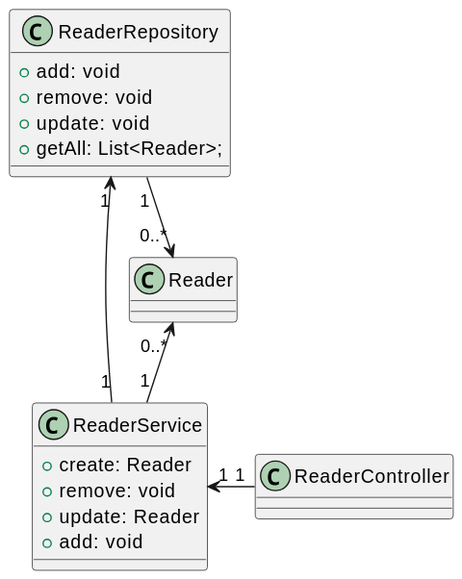
rutemf/1220944_1220772_G01 keeps this PlantUML diagram as Docs/Phase1/WP3A-Readers/WP3A-Readers-CD.svg. Above is the earlier version. The source it was exported from:
```plantuml
@startuml

class ReaderRepository {
    + add: void
    + remove: void
    + update: void
    + getAll: List<Reader>;
}


class ReaderService {
    + create: Reader
    + remove: void
    + update: Reader
    + add: void
}

class ReaderController {
}

class Reader {
}


ReaderService "1" -up-> "1" ReaderRepository
ReaderService "1" -up-> "0..*" Reader
ReaderRepository "1" -down-> "0..*" Reader
ReaderController "1" -left-> "1" ReaderService
@enduml
```
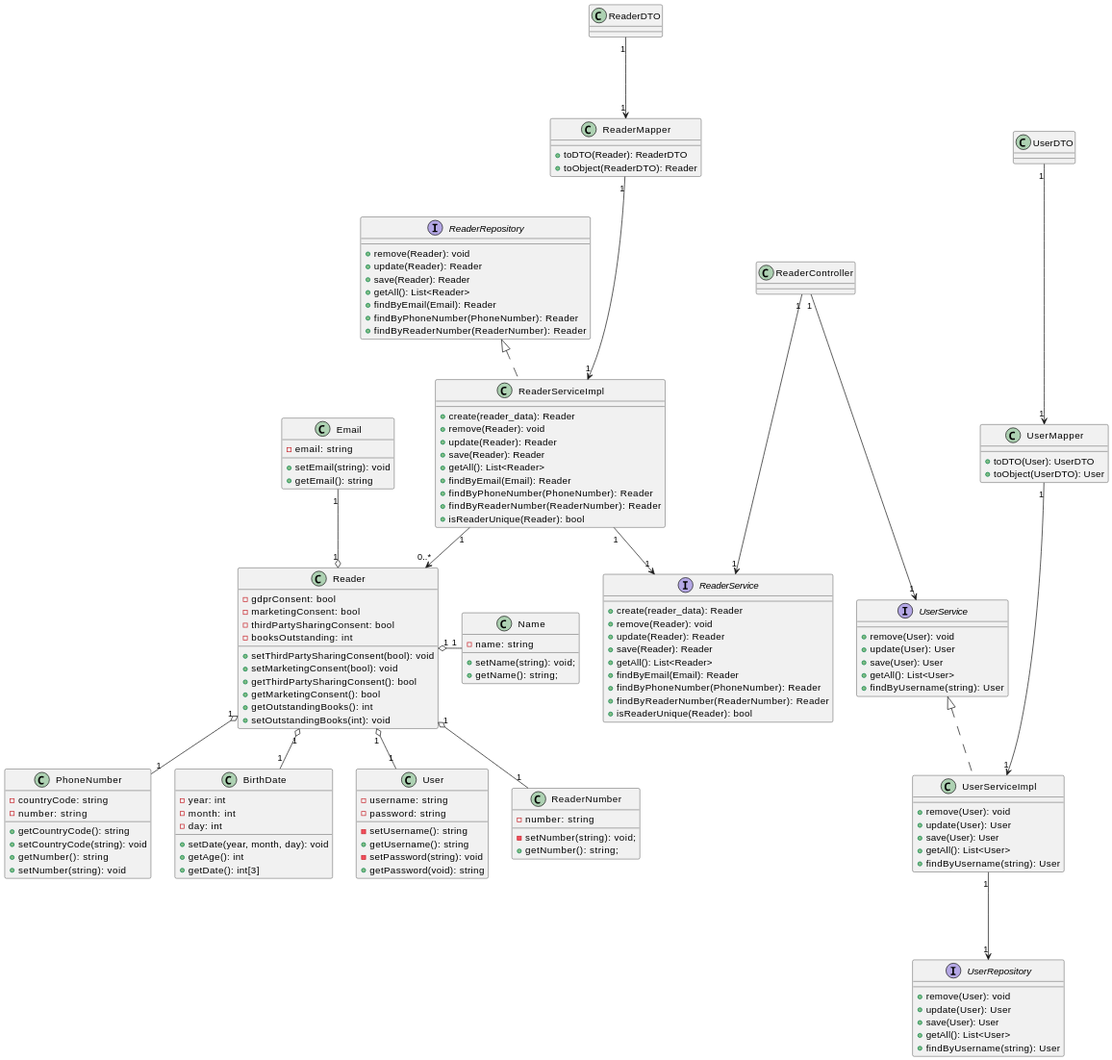
After the commit.

Commit message:
Update to class diagram

What changed in the source:
```diff
@@ -1,29 +1,155 @@
 @startuml
 
-class ReaderRepository {
-    + add: void
-    + remove: void
-    + update: void
-    + getAll: List<Reader>;
+interface ReaderRepository {
+    + remove(Reader): void
+    + update(Reader): Reader
+    + save(Reader): Reader
+    + getAll(): List<Reader>
+    + findByEmail(Email): Reader
+    + findByPhoneNumber(PhoneNumber): Reader
+    + findByReaderNumber(ReaderNumber): Reader
 }
 
 
-class ReaderService {
-    + create: Reader
-    + remove: void
-    + update: Reader
-    + add: void
+interface ReaderService {
+    + create(reader_data): Reader
+    + remove(Reader): void
+    + update(Reader): Reader
+    + save(Reader): Reader
+    + getAll(): List<Reader>
+    + findByEmail(Email): Reader
+    + findByPhoneNumber(PhoneNumber): Reader
+    + findByReaderNumber(ReaderNumber): Reader
+    + isReaderUnique(Reader): bool
+}
+
+class ReaderServiceImpl implements ReaderRepository {
+    + create(reader_data): Reader
+    + remove(Reader): void
+    + update(Reader): Reader
+    + save(Reader): Reader
+    + getAll(): List<Reader>
+    + findByEmail(Email): Reader
+    + findByPhoneNumber(PhoneNumber): Reader
+    + findByReaderNumber(ReaderNumber): Reader
+    + isReaderUnique(Reader): bool
 }
 
 class ReaderController {
 }
 
 class Reader {
+    - gdprConsent: bool
+    - marketingConsent: bool
+    - thirdPartySharingConsent: bool
+    - booksOutstanding: int
+    + setThirdPartySharingConsent(bool): void
+    + setMarketingConsent(bool): void
+    + getThirdPartySharingConsent(): bool
+    + getMarketingConsent(): bool
+    + getOutstandingBooks(): int
+    + setOutstandingBooks(int): void
 }
 
+class Name {
+    - name: string
+    + setName(string): void;
+    + getName(): string;
+}
 
-ReaderService "1" -up-> "1" ReaderRepository
-ReaderService "1" -up-> "0..*" Reader
-ReaderRepository "1" -down-> "0..*" Reader
-ReaderController "1" -left-> "1" ReaderService
+class ReaderNumber {
+    - number: string
+    - setNumber(string): void;
+    + getNumber(): string;
+}
+
+class Email {
+    - email: string
+    + setEmail(string): void
+    + getEmail(): string
+}
+
+class PhoneNumber {
+    - countryCode: string
+    - number: string
+    + getCountryCode(): string
+    + setCountryCode(string): void
+    + getNumber(): string
+    + setNumber(string): void
+}
+
+class BirthDate {
+    - year: int
+    - month: int
+    - day: int
+    + setDate(year, month, day): void
+    + getAge(): int
+    + getDate(): int[3]
+}
+
+class User {
+    - username: string
+    - setUsername(): string
+    + getUsername(): string
+    - password: string
+    - setPassword(string): void
+    + getPassword(void): string
+}
+
+interface UserRepository {
+    + remove(User): void
+    + update(User): User
+    + save(User): User
+    + getAll(): List<User>
+    + findByUsername(string): User
+}
+
+interface UserService {
+    + remove(User): void
+    + update(User): User
+    + save(User): User
+    + getAll(): List<User>
+    + findByUsername(string): User
+}
+
+class UserServiceImpl implements UserService {
+    + remove(User): void
+    + update(User): User
+    + save(User): User
+    + getAll(): List<User>
+    + findByUsername(string): User
+}
+
+class ReaderMapper {
+    + toDTO(Reader): ReaderDTO
+    + toObject(ReaderDTO): Reader
+}
+
+class ReaderDTO {}
+
+class UserDTO {}
+
+class UserMapper {
+    + toDTO(User): UserDTO
+    + toObject(UserDTO): User
+}
+
+UserServiceImpl "1" ---> "1" UserRepository
+ReaderDTO "1" ---> "1" ReaderMapper
+
+ReaderMapper "1" ---> "1" ReaderServiceImpl
+
+UserDTO "1" ---> "1" UserMapper
+UserMapper "1" ---> "1" UserServiceImpl
+
+ReaderController "1" ---> "1" ReaderService
+ReaderController "1" ---> "1" UserService
+Reader "1" o-down- "1" User
+Reader "1" o- "1" Name
+Reader "1" o-down- "1" ReaderNumber
+Reader "1" o-up- "1" Email
+Reader "1" o-down- "1" PhoneNumber
+Reader "1" o-down- "1" BirthDate
+ReaderServiceImpl "1" --> "0..*" Reader
+ReaderServiceImpl "1" --> "1" ReaderService
 @enduml
```
